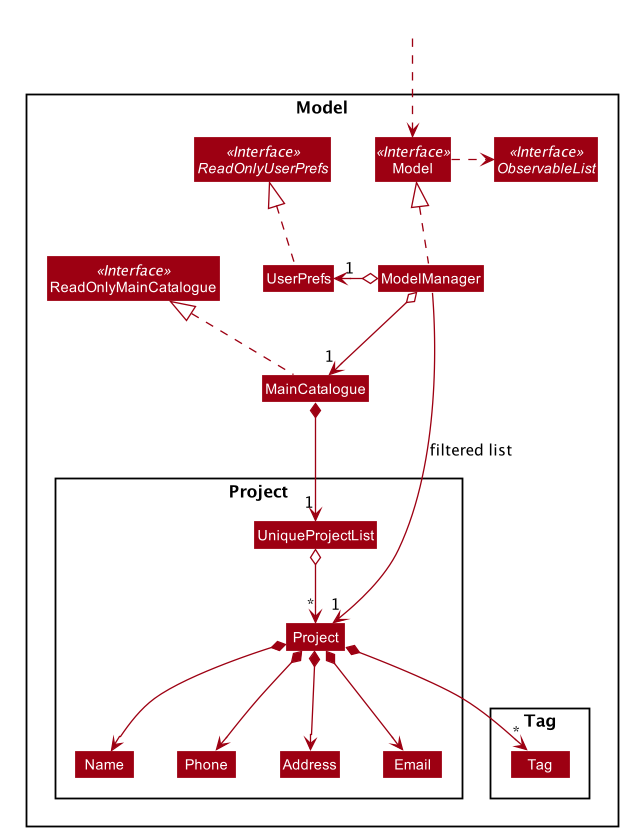
Above: docs/images/ModelClassDiagram.png in nus-cs2103-AY2021S1/tp (PlantUML), before the change.
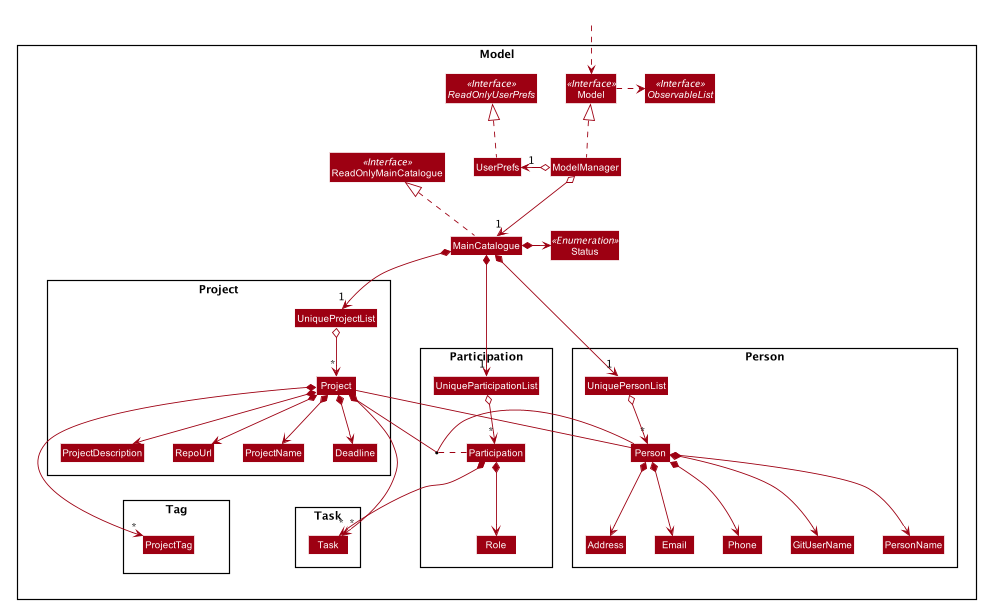
After the change.

Commit message:
Update Model class diagram

Change to the diagram source:
```diff
@@ -61,18 +61,40 @@
 Class ModelManager
 Class UserPrefs
 Interface ReadOnlyUserPrefs <<Interface>>
+Enum Status <<Enumeration>>
 
 Package Project {
 Class Project
-Class Address
-Class Email
-Class Name
-Class Phone
+Class ProjectName
+Class Deadline
+Class RepoUrl
+Class ProjectDescription
 Class UniqueProjectList
 }
 
+Package Person {
+Class Person
+Class GitUserName
+Class PersonName
+Class Address
+Class Email
+Class Phone
+Class UniquePersonList
+}
+
+Package Participation {
+Class Participation
+Class UniqueParticipationList
+Class Role
+Participation .up (Project, Person)
+}
+
 Package Tag {
-Class Tag
+Class ProjectTag
+}
+
+Package Task {
+Class Task
 }
 }
 
@@ -87,17 +109,31 @@
 ModelManager o-left-> "1" UserPrefs
 UserPrefs .up.|> ReadOnlyUserPrefs
 
+Project -- Person
 MainCatalogue *--> "1" UniqueProjectList
+MainCatalogue *--> "1" UniquePersonList
+MainCatalogue *--> "1" UniqueParticipationList
+MainCatalogue *-right-> Status
 UniqueProjectList o--> "*" Project
-Project *--> Name
-Project *--> Phone
-Project *--> Email
-Project *--> Address
-Project *--> "*" Tag
+UniquePersonList o--> "*" Person
+UniqueParticipationList o--> "*" Participation
+Project *--> ProjectName
+Project *--> Deadline
+Project *--> RepoUrl
+Project *--> ProjectDescription
+Project *--> "*" ProjectTag
+Project *--> "*" Task
+Person *--> GitUserName
+Person *--> PersonName
+Person *--> Phone
+Person *--> Email
+Person *--> Address
+Participation *--> Role
+Participation *--> "*" Task
 
-Name -[hidden]right-> Phone
-Phone -[hidden]right-> Address
-Address -[hidden]right-> Email
+UniqueProjectList -[hidden]right- UniqueParticipationList
+Task -[hidden]up- RepoUrl
+Tag -[hidden]left- Task
+UniqueParticipationList -[hidden]left- UniquePersonList
 
-ModelManager -->"1" Project : filtered list
 @enduml
```
